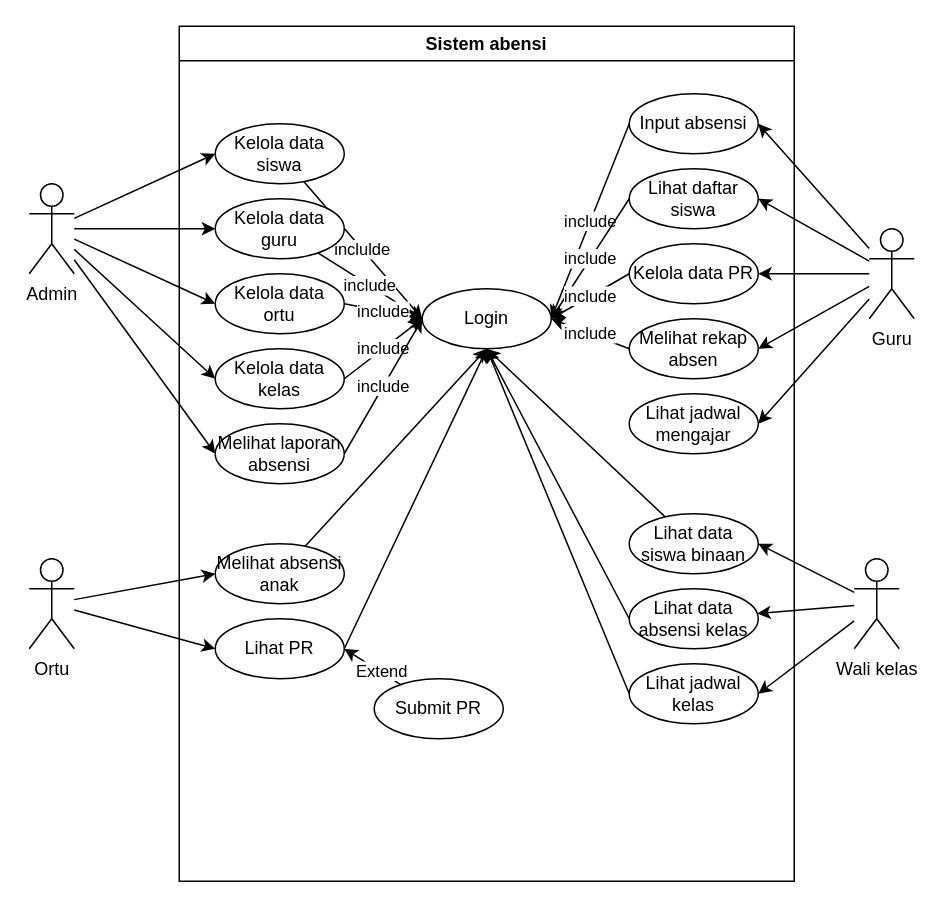
Above: page "usecase" (3 of 4) of Diagram Tanpa Judul.drawio in bayudani/diagram (draw.io), before the change. Source tidied: cells renumbered, new cells numbered last; positions are measured from the earlier drawing's top-left corner, leaving out a move shared by most shapes. Both pictures are drawn from the tidied source at 150%, with x=0, y=0 at pixel (28, 26).
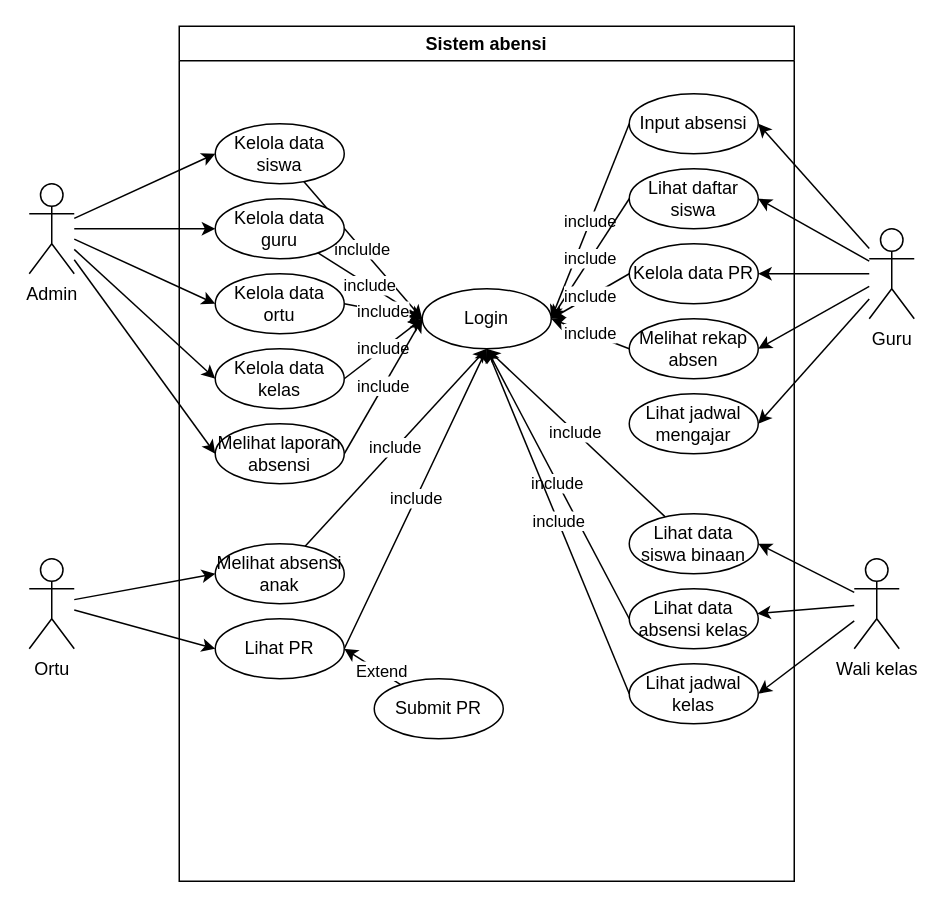
After the change.

Unchanged cells that the change refers to:
```xml
<mxCell id="2" value="Sistem abensi" style="swimlane;whiteSpace=wrap;html=1;startSize=23;" parent="1" vertex="1">
  <mxGeometry x="100" width="410" height="570" as="geometry" />
</mxCell>
<mxCell id="13" value="Login" style="ellipse;whiteSpace=wrap;html=1;" parent="2" vertex="1">
  <mxGeometry x="162" y="175" width="86" height="40" as="geometry" />
</mxCell>
<mxCell id="24" value="Melihat absensi anak" style="ellipse;whiteSpace=wrap;html=1;" parent="2" vertex="1">
  <mxGeometry x="24" y="345" width="86" height="40" as="geometry" />
</mxCell>
<mxCell id="26" value="Lihat PR" style="ellipse;whiteSpace=wrap;html=1;" parent="2" vertex="1">
  <mxGeometry x="24" y="395" width="86" height="40" as="geometry" />
</mxCell>
<mxCell id="31" value="Lihat data siswa binaan" style="ellipse;whiteSpace=wrap;html=1;" parent="2" vertex="1">
  <mxGeometry x="300" y="325" width="86" height="40" as="geometry" />
</mxCell>
<mxCell id="33" value="Lihat data absensi kelas" style="ellipse;whiteSpace=wrap;html=1;" parent="2" vertex="1">
  <mxGeometry x="300" y="375" width="86" height="40" as="geometry" />
</mxCell>
<mxCell id="35" value="Lihat jadwal kelas" style="ellipse;whiteSpace=wrap;html=1;" parent="2" vertex="1">
  <mxGeometry x="300" y="425" width="86" height="40" as="geometry" />
</mxCell>
```

Change to the diagram source:
```diff
@@
-    <mxCell id="23" style="rounded=0;jettySize=auto;html=1;entryX=0.5;entryY=1;entryDx=0;entryDy=0;" parent="2" edge="1" source="24" target="13">
+    <mxCell id="23" value="include" style="rounded=0;jettySize=auto;html=1;entryX=0.5;entryY=1;entryDx=0;entryDy=0;" parent="2" edge="1" source="24" target="13">
       <mxGeometry relative="1" as="geometry" />
     </mxCell>
@@
-    <mxCell id="25" style="rounded=0;jettySize=auto;html=1;entryX=0.5;entryY=1;entryDx=0;entryDy=0;exitX=1;exitY=0.5;exitDx=0;exitDy=0;" parent="2" edge="1" source="26" target="13">
-      <mxGeometry relative="1" as="geometry" />
+    <mxCell id="25" value="include" style="rounded=0;jettySize=auto;html=1;entryX=0.5;entryY=1;entryDx=0;entryDy=0;exitX=1;exitY=0.5;exitDx=0;exitDy=0;" parent="2" edge="1" source="26" target="13">
+      <mxGeometry relative="1" as="geometry">
+        <Array as="points">
+          <mxPoint x="160" y="310" />
+        </Array>
+      </mxGeometry>
     </mxCell>
@@
-    <mxCell id="30" style="rounded=0;jettySize=auto;html=1;entryX=0.5;entryY=1;entryDx=0;entryDy=0;" parent="2" edge="1" source="31" target="13">
+    <mxCell id="30" value="include" style="rounded=0;jettySize=auto;html=1;entryX=0.5;entryY=1;entryDx=0;entryDy=0;" parent="2" edge="1" source="31" target="13">
       <mxGeometry relative="1" as="geometry" />
     </mxCell>
@@
-    <mxCell id="32" style="rounded=0;jettySize=auto;html=1;entryX=0.5;entryY=1;entryDx=0;entryDy=0;exitX=0;exitY=0.5;exitDx=0;exitDy=0;" parent="2" edge="1" source="33" target="13">
+    <mxCell id="32" value="include" style="rounded=0;jettySize=auto;html=1;entryX=0.5;entryY=1;entryDx=0;entryDy=0;exitX=0;exitY=0.5;exitDx=0;exitDy=0;" parent="2" edge="1" source="33" target="13">
       <mxGeometry relative="1" as="geometry" />
     </mxCell>
@@
-    <mxCell id="34" style="rounded=0;jettySize=auto;html=1;entryX=0.5;entryY=1;entryDx=0;entryDy=0;exitX=0;exitY=0.5;exitDx=0;exitDy=0;" parent="2" edge="1" source="35" target="13">
+    <mxCell id="34" value="include" style="rounded=0;jettySize=auto;html=1;entryX=0.5;entryY=1;entryDx=0;entryDy=0;exitX=0;exitY=0.5;exitDx=0;exitDy=0;" parent="2" edge="1" source="35" target="13">
       <mxGeometry relative="1" as="geometry" />
     </mxCell>
```
